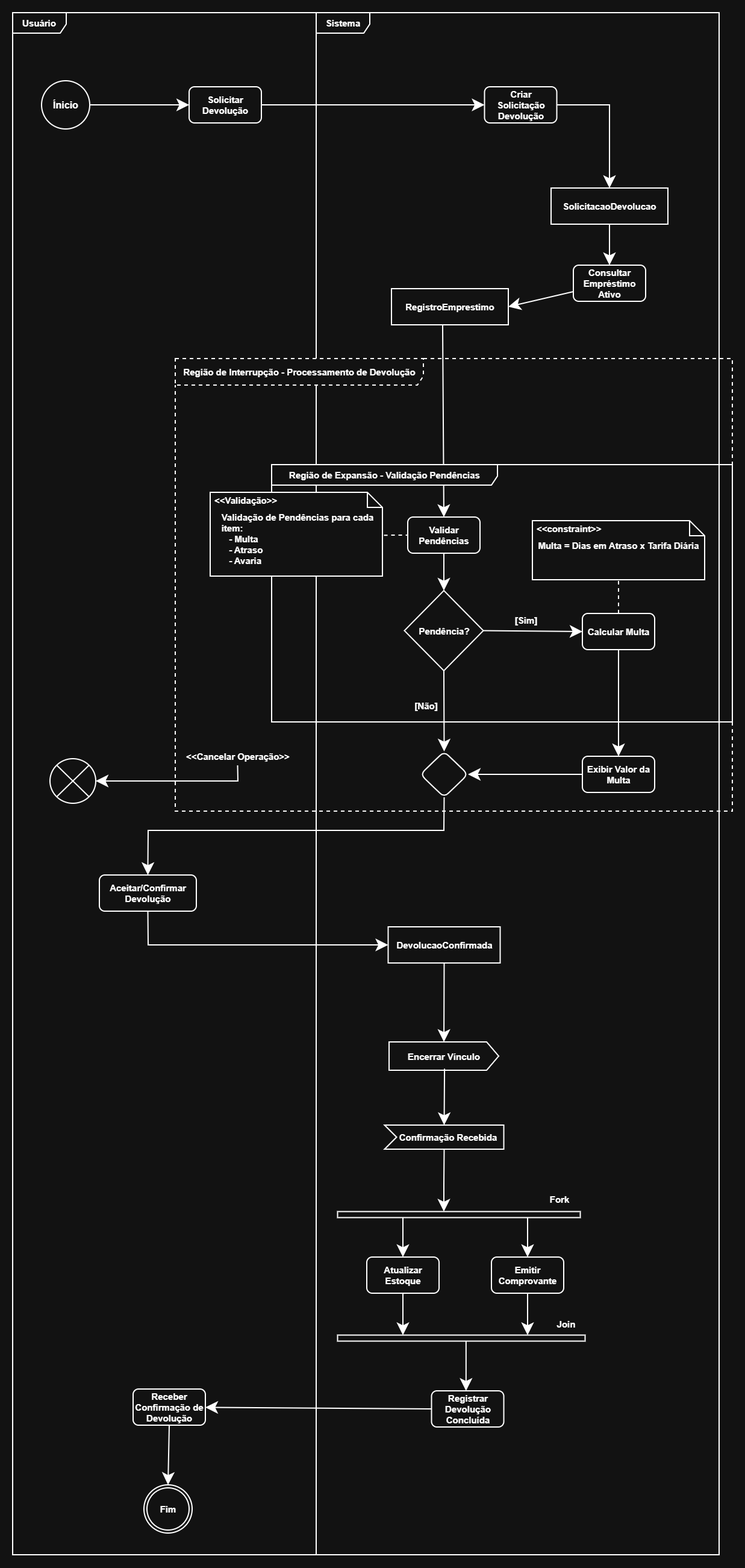
The draw.io diagram imagensWeb/modelagem/model06R.png in AndersonDutra7/Projetos-WEB, before a commit. Source tidied: cells renumbered, new cells last; positions are measured from the earlier drawing's top-left corner, leaving out a move shared by most shapes.
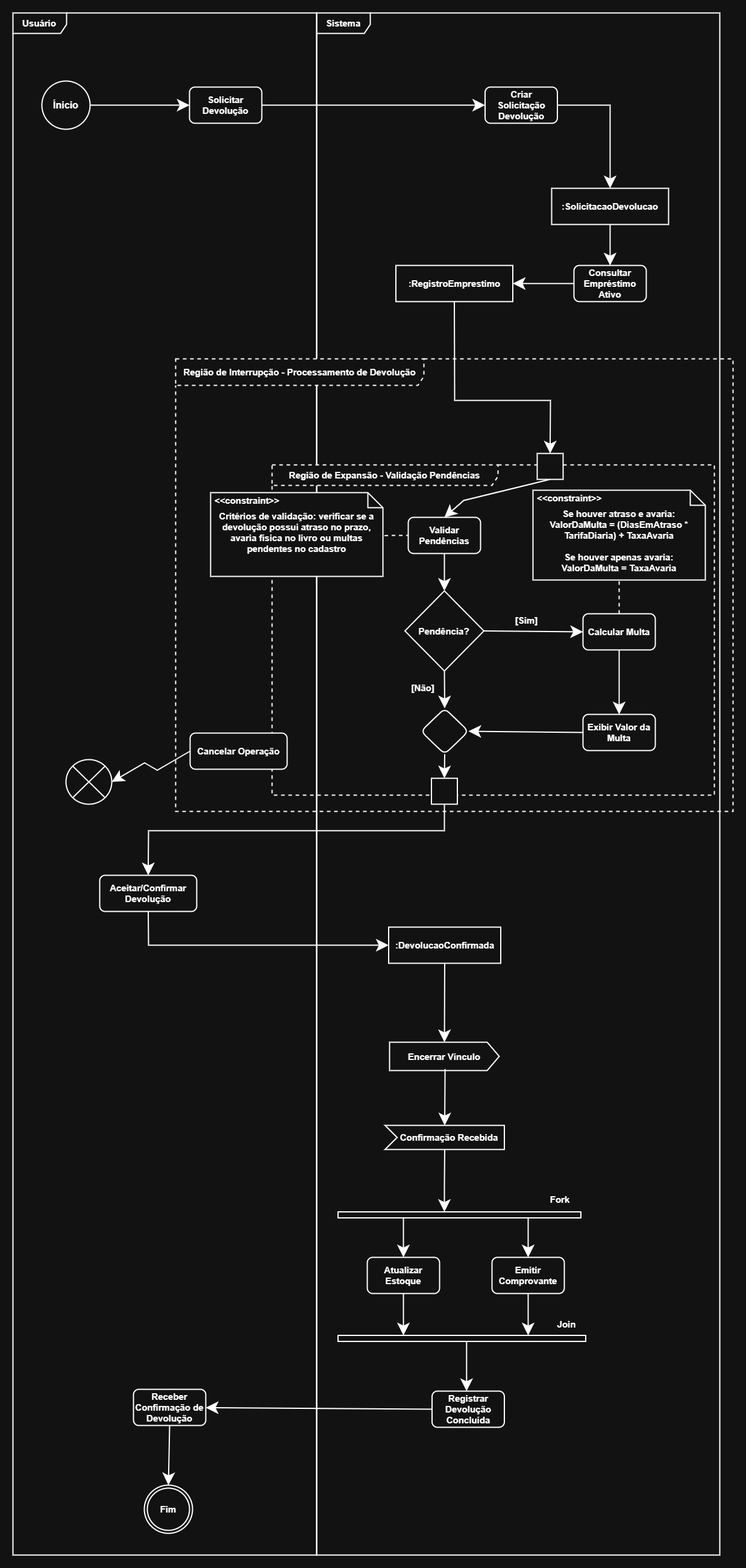
The same file after the commit.

Commit message:
Reeditando Aula 06

Change to the diagram source:
```diff
@@ -5,8 +5,13 @@
     <mxCell id="2" value="&lt;b&gt;Sistema&lt;/b&gt;" style="shape=umlFrame;whiteSpace=wrap;html=1;fontSize=15;strokeWidth=2;width=89;height=34;" parent="1" vertex="1">
       <mxGeometry x="504" width="669" height="2559" as="geometry" />
     </mxCell>
-    <mxCell id="3" style="endArrow=classic;html=1;rounded=0;endSize=15;strokeWidth=2;labelBackgroundColor=none;fontColor=default;entryX=0.5;entryY=0;entryDx=0;entryDy=0;exitX=0.438;exitY=1.004;exitDx=0;exitDy=0;exitPerimeter=0;" parent="1" edge="1" source="56" target="25">
-      <mxGeometry relative="1" as="geometry" />
+    <mxCell id="3" style="endArrow=classic;html=1;rounded=0;endSize=15;strokeWidth=2;labelBackgroundColor=none;fontColor=default;entryX=0.5;entryY=0;entryDx=0;entryDy=0;exitX=0.5;exitY=1;exitDx=0;exitDy=0;" parent="1" edge="1" source="56" target="64">
+      <mxGeometry relative="1" as="geometry">
+        <Array as="points">
+          <mxPoint x="733" y="643" />
+          <mxPoint x="892" y="643" />
+        </Array>
+      </mxGeometry>
     </mxCell>
     <mxCell id="4" value="&lt;b&gt;&lt;font style=&quot;font-size: 16px;&quot;&gt;Ínicio&lt;/font&gt;&lt;/b&gt;" style="ellipse;whiteSpace=wrap;html=1;strokeWidth=2;labelBackgroundColor=none;" parent="1" vertex="1">
       <mxGeometry x="48" y="113" width="80" height="80" as="geometry" />
@@ -69,11 +74,8 @@
     <mxCell id="22" value="&lt;b&gt;&lt;font style=&quot;font-size: 15px;&quot;&gt;Região de Interrupção - Processamento de Devolução&lt;/font&gt;&lt;/b&gt;" style="shape=umlFrame;whiteSpace=wrap;html=1;width=412;strokeWidth=2;height=44;dashed=1;" parent="1" vertex="1">
       <mxGeometry x="270" y="574" width="925" height="751" as="geometry" />
     </mxCell>
-    <mxCell id="23" value="&lt;b&gt;&lt;font style=&quot;font-size: 15px;&quot;&gt;&amp;lt;&amp;lt;Cancelar Operação&amp;gt;&amp;gt;&lt;/font&gt;&lt;/b&gt;" style="text;html=1;whiteSpace=wrap;strokeColor=none;fillColor=none;align=center;verticalAlign=middle;rounded=0;" parent="22" vertex="1">
-      <mxGeometry x="7.5" y="645" width="192" height="30" as="geometry" />
-    </mxCell>
-    <mxCell id="24" value="&lt;b&gt;&lt;font style=&quot;font-size: 15px;&quot;&gt;Região de Expansão - Validação Pendências&lt;/font&gt;&lt;/b&gt;" style="shape=umlFrame;whiteSpace=wrap;html=1;width=375;strokeWidth=2;height=34;" parent="22" vertex="1">
-      <mxGeometry x="160" y="176" width="765" height="427" as="geometry" />
+    <mxCell id="24" value="&lt;b&gt;&lt;font style=&quot;font-size: 15px;&quot;&gt;Região de Expansão - Validação Pendências&lt;/font&gt;&lt;/b&gt;" style="shape=umlFrame;whiteSpace=wrap;html=1;width=375;strokeWidth=2;height=34;dashed=1;" parent="22" vertex="1">
+      <mxGeometry x="160" y="176" width="734" height="548" as="geometry" />
     </mxCell>
     <mxCell id="25" value="&lt;b&gt;&lt;font style=&quot;font-size: 15px;&quot;&gt;Validar Pendências&lt;/font&gt;&lt;/b&gt;" style="rounded=1;whiteSpace=wrap;html=1;strokeWidth=2;labelBackgroundColor=none;" parent="24" vertex="1">
       <mxGeometry x="226" y="87" width="120" height="60" as="geometry" />
@@ -82,7 +84,7 @@
       <mxGeometry x="516" y="247" width="120" height="60" as="geometry" />
     </mxCell>
     <mxCell id="27" value="&lt;b&gt;&lt;font style=&quot;font-size: 15px;&quot;&gt;Exibir Valor da Multa&lt;/font&gt;&lt;/b&gt;" style="rounded=1;whiteSpace=wrap;html=1;strokeWidth=2;labelBackgroundColor=none;" parent="24" vertex="1">
-      <mxGeometry x="516" y="484" width="120" height="60" as="geometry" />
+      <mxGeometry x="516" y="414" width="120" height="60" as="geometry" />
     </mxCell>
     <mxCell id="28" style="endArrow=classic;html=1;rounded=0;endSize=15;strokeWidth=2;labelBackgroundColor=none;fontColor=default;exitX=0.5;exitY=1;exitDx=0;exitDy=0;entryX=0.5;entryY=0;entryDx=0;entryDy=0;" parent="24" edge="1" source="26" target="27">
       <mxGeometry relative="1" as="geometry" />
@@ -99,8 +101,8 @@
     <mxCell id="32" value="&lt;font style=&quot;font-size: 15px;&quot;&gt;&lt;b&gt;[Sim]&lt;/b&gt;&lt;/font&gt;" style="text;html=1;whiteSpace=wrap;strokeColor=none;fillColor=none;align=center;verticalAlign=middle;rounded=0;labelBackgroundColor=none;" parent="24" vertex="1">
       <mxGeometry x="336" y="243" width="172.5" height="30" as="geometry" />
     </mxCell>
-    <mxCell id="33" value="&lt;b&gt;&lt;font style=&quot;font-size: 15px;&quot;&gt;Multa = Dias em Atraso x Tarifa Diária&lt;/font&gt;&lt;/b&gt;" style="shape=note2;boundedLbl=1;whiteSpace=wrap;html=1;size=25;verticalAlign=top;align=center;strokeWidth=2;" parent="24" vertex="1">
-      <mxGeometry x="433" y="93" width="286" height="98" as="geometry" />
+    <mxCell id="33" value="&lt;b&gt;&lt;font style=&quot;font-size: 15px;&quot;&gt;Se houver atraso e avaria:&lt;br/&gt;ValorDaMulta = (DiasEmAtraso * TarifaDiaria) + TaxaAvaria&lt;br/&gt;&lt;br/&gt;Se houver apenas avaria:&lt;br/&gt;ValorDaMulta = TaxaAvaria&lt;/font&gt;&lt;/b&gt;" style="shape=note2;boundedLbl=1;whiteSpace=wrap;html=1;size=25;verticalAlign=top;align=center;strokeWidth=2;" parent="24" vertex="1">
+      <mxGeometry x="433" y="42" width="286" height="149" as="geometry" />
     </mxCell>
     <mxCell id="34" value="&lt;&lt;constraint&gt;&gt;" style="strokeColor=none;fillColor=none;align=left;spacingLeft=5;fontStyle=1;fontSize=15;" parent="33" vertex="1">
       <mxGeometry width="286" height="25" relative="1" as="geometry" />
@@ -109,19 +111,32 @@
       <mxGeometry relative="1" as="geometry" />
     </mxCell>
     <mxCell id="36" value="&lt;font style=&quot;font-size: 15px;&quot;&gt;&lt;b&gt;[Não]&lt;/b&gt;&lt;/font&gt;" style="text;html=1;whiteSpace=wrap;strokeColor=none;fillColor=none;align=center;verticalAlign=middle;rounded=0;labelBackgroundColor=none;" parent="24" vertex="1">
-      <mxGeometry x="170" y="385" width="172.5" height="30" as="geometry" />
+      <mxGeometry x="163.5" y="355" width="172.5" height="30" as="geometry" />
     </mxCell>
+    <mxCell id="64" style="whiteSpace=wrap;html=1;strokeWidth=2;" parent="24" vertex="1">
+      <mxGeometry x="440" y="-19" width="43" height="43" as="geometry" />
+    </mxCell>
+    <mxCell id="65" style="endArrow=classic;html=1;rounded=0;endSize=15;strokeWidth=2;labelBackgroundColor=none;fontColor=default;exitX=0.5;exitY=1;exitDx=0;exitDy=0;entryX=0.5;entryY=0;entryDx=0;entryDy=0;" parent="24" edge="1" source="64" target="25">
+      <mxGeometry relative="1" as="geometry">
+        <Array as="points">
+          <mxPoint x="318" y="59" />
+        </Array>
+      </mxGeometry>
+    </mxCell>
+    <mxCell id="66" style="whiteSpace=wrap;html=1;strokeWidth=2;" parent="24" vertex="1">
+      <mxGeometry x="264.5" y="520" width="43" height="43" as="geometry" />
+    </mxCell>
-    <mxCell id="37" value="&lt;b style=&quot;&quot;&gt;&lt;font style=&quot;font-size: 15px;&quot;&gt;&amp;nbsp; &amp;nbsp; Validação de Pendências para cada&amp;nbsp; &amp;nbsp; &amp;nbsp; &amp;nbsp; item:&lt;/font&gt;&lt;/b&gt;&lt;div style=&quot;&quot;&gt;&lt;b&gt;&lt;font style=&quot;font-size: 15px;&quot;&gt;&amp;nbsp; &amp;nbsp; &amp;nbsp; &amp;nbsp;- Multa&lt;/font&gt;&lt;/b&gt;&lt;/div&gt;&lt;div style=&quot;&quot;&gt;&lt;b&gt;&lt;font style=&quot;font-size: 15px;&quot;&gt;&amp;nbsp; &amp;nbsp; &amp;nbsp; &amp;nbsp;- Atraso&lt;/font&gt;&lt;/b&gt;&lt;/div&gt;&lt;div style=&quot;&quot;&gt;&lt;b&gt;&lt;font style=&quot;font-size: 15px;&quot;&gt;&amp;nbsp; &amp;nbsp; &amp;nbsp; &amp;nbsp;- Avaria&lt;/font&gt;&lt;/b&gt;&lt;/div&gt;" style="shape=note2;boundedLbl=1;whiteSpace=wrap;html=1;size=25;verticalAlign=top;align=left;strokeWidth=2;" parent="22" vertex="1">
+    <mxCell id="37" value="&lt;b&gt;&lt;font style=&quot;font-size: 15px;&quot;&gt;Critérios de validação: verificar se a devolução possui atraso no prazo, avaria física no livro ou multas pendentes no cadastro&lt;/font&gt;&lt;/b&gt;" style="shape=note2;boundedLbl=1;whiteSpace=wrap;html=1;size=25;verticalAlign=top;align=center;strokeWidth=2;" parent="22" vertex="1">
       <mxGeometry x="58" y="222" width="286" height="139" as="geometry" />
     </mxCell>
-    <mxCell id="38" value="&lt;&lt;Validação&gt;&gt;" style="strokeColor=none;fillColor=none;align=left;spacingLeft=5;fontStyle=1;fontSize=15;" parent="37" vertex="1">
+    <mxCell id="38" value="&lt;&lt;constraint&gt;&gt;" style="strokeColor=none;fillColor=none;align=left;spacingLeft=5;fontStyle=1;fontSize=15;" parent="37" vertex="1">
       <mxGeometry width="286" height="25" relative="1" as="geometry" />
     </mxCell>
     <mxCell id="39" style="endArrow=none;html=1;rounded=0;endSize=15;strokeWidth=2;labelBackgroundColor=none;fontColor=default;exitX=1.009;exitY=0.512;exitDx=0;exitDy=0;entryX=0;entryY=0.5;entryDx=0;entryDy=0;exitPerimeter=0;dashed=1;endFill=0;" parent="22" edge="1" source="37" target="25">
       <mxGeometry relative="1" as="geometry" />
     </mxCell>
     <mxCell id="40" style="rhombus;whiteSpace=wrap;html=1;strokeWidth=2;labelBackgroundColor=none;rounded=1;" parent="22" vertex="1">
-      <mxGeometry x="407" y="652" width="79" height="76" as="geometry" />
+      <mxGeometry x="407" y="580" width="79" height="76" as="geometry" />
     </mxCell>
     <mxCell id="41" style="endArrow=classic;html=1;rounded=0;endSize=15;strokeWidth=2;labelBackgroundColor=none;fontColor=default;exitX=0.5;exitY=1;exitDx=0;exitDy=0;entryX=0.5;entryY=0;entryDx=0;entryDy=0;" parent="22" edge="1" source="29" target="40">
       <mxGeometry relative="1" as="geometry" />
@@ -129,6 +144,12 @@
     <mxCell id="42" style="endArrow=classic;html=1;rounded=0;endSize=15;strokeWidth=2;labelBackgroundColor=none;fontColor=default;exitX=0;exitY=0.5;exitDx=0;exitDy=0;entryX=1;entryY=0.5;entryDx=0;entryDy=0;" parent="22" edge="1" source="27" target="40">
       <mxGeometry relative="1" as="geometry" />
     </mxCell>
+    <mxCell id="67" style="endArrow=classic;html=1;rounded=0;endSize=15;strokeWidth=2;labelBackgroundColor=none;fontColor=default;exitX=0.5;exitY=1;exitDx=0;exitDy=0;entryX=0.5;entryY=0;entryDx=0;entryDy=0;" parent="22" edge="1" source="40" target="66">
+      <mxGeometry relative="1" as="geometry" />
+    </mxCell>
+    <mxCell id="68" value="&lt;b&gt;&lt;font style=&quot;font-size: 15px;&quot;&gt;Cancelar Operação&lt;/font&gt;&lt;/b&gt;" style="rounded=1;whiteSpace=wrap;html=1;strokeWidth=2;labelBackgroundColor=none;" parent="22" vertex="1">
+      <mxGeometry x="24" y="621" width="161" height="60" as="geometry" />
+    </mxCell>
     <mxCell id="43" style="endArrow=classic;html=1;rounded=0;endSize=15;strokeWidth=2;labelBackgroundColor=none;fontColor=default;exitX=1;exitY=0.5;exitDx=0;exitDy=0;entryX=0.5;entryY=0;entryDx=0;entryDy=0;" parent="1" edge="1" source="21" target="48">
       <mxGeometry relative="1" as="geometry">
         <Array as="points">
@@ -136,14 +157,7 @@
         </Array>
       </mxGeometry>
     </mxCell>
-    <mxCell id="44" style="endArrow=classic;html=1;rounded=0;endSize=15;strokeWidth=2;labelBackgroundColor=none;fontColor=default;exitX=0.5;exitY=1;exitDx=0;exitDy=0;entryX=1;entryY=0.5;entryDx=0;entryDy=0;" parent="1" edge="1" source="23" target="50">
-      <mxGeometry relative="1" as="geometry">
-        <Array as="points">
-          <mxPoint x="374" y="1275" />
-        </Array>
-      </mxGeometry>
-    </mxCell>
-    <mxCell id="45" value="&lt;b&gt;&lt;font style=&quot;font-size: 15px;&quot;&gt;DevolucaoConfirmada&lt;/font&gt;&lt;/b&gt;" style="rounded=0;whiteSpace=wrap;html=1;strokeWidth=2;labelBackgroundColor=none;" parent="1" vertex="1">
+    <mxCell id="45" value="&lt;b&gt;&lt;font style=&quot;font-size: 15px;&quot;&gt;:DevolucaoConfirmada&lt;/font&gt;&lt;/b&gt;" style="rounded=0;whiteSpace=wrap;html=1;strokeWidth=2;labelBackgroundColor=none;" parent="1" vertex="1">
       <mxGeometry x="623.5" y="1517" width="186" height="60" as="geometry" />
     </mxCell>
     <mxCell id="46" value="&lt;b&gt;&lt;font style=&quot;font-size: 15px;&quot;&gt;Encerrar Vínculo&lt;/font&gt;&lt;/b&gt;" style="html=1;shape=mxgraph.infographic.ribbonSimple;notch1=0;notch2=20;align=center;verticalAlign=middle;fontSize=14;fontStyle=0;fillColor=#FFFFFF;whiteSpace=wrap;strokeWidth=2;" parent="1" vertex="1">
@@ -152,7 +166,7 @@
     <mxCell id="47" value="&lt;b&gt;&lt;font style=&quot;font-size: 15px;&quot;&gt;Confirmação Recebida&lt;/font&gt;&lt;/b&gt;" style="html=1;shape=mxgraph.infographic.ribbonSimple;notch1=20;notch2=0;align=center;verticalAlign=middle;fontSize=14;fontStyle=0;fillColor=#FFFFFF;flipH=0;spacingRight=0;spacingLeft=14;whiteSpace=wrap;strokeWidth=2;" parent="1" vertex="1">
       <mxGeometry x="617.5" y="1846" width="198" height="40" as="geometry" />
     </mxCell>
-    <mxCell id="48" value="&lt;b&gt;&lt;font style=&quot;font-size: 15px;&quot;&gt;SolicitacaoDevolucao&lt;/font&gt;&lt;/b&gt;" style="rounded=0;whiteSpace=wrap;html=1;strokeWidth=2;labelBackgroundColor=none;" parent="1" vertex="1">
+    <mxCell id="48" value="&lt;b&gt;&lt;font style=&quot;font-size: 15px;&quot;&gt;:SolicitacaoDevolucao&lt;/font&gt;&lt;/b&gt;" style="rounded=0;whiteSpace=wrap;html=1;strokeWidth=2;labelBackgroundColor=none;" parent="1" vertex="1">
       <mxGeometry x="894" y="291" width="194" height="60" as="geometry" />
     </mxCell>
     <mxCell id="49" style="endArrow=classic;html=1;rounded=0;endSize=15;strokeWidth=2;labelBackgroundColor=none;fontColor=default;exitX=0.5;exitY=1;exitDx=0;exitDy=0;entryX=0.5;entryY=0;entryDx=0;entryDy=0;" parent="1" edge="1" source="48" target="54">
@@ -163,7 +177,7 @@
       </mxGeometry>
     </mxCell>
     <mxCell id="50" style="shape=sumEllipse;perimeter=ellipsePerimeter;html=1;backgroundOutline=1;strokeWidth=2;" parent="1" vertex="1">
-      <mxGeometry x="62" y="1238" width="76" height="74" as="geometry" />
+      <mxGeometry x="88" y="1239" width="76" height="74" as="geometry" />
     </mxCell>
     <mxCell id="51" style="endArrow=classic;html=1;rounded=0;endSize=15;strokeWidth=2;labelBackgroundColor=none;fontColor=default;exitX=0.5;exitY=1;exitDx=0;exitDy=0;" parent="1" edge="1" source="45" target="46">
       <mxGeometry relative="1" as="geometry" />
@@ -180,10 +194,10 @@
     <mxCell id="55" style="endArrow=classic;html=1;rounded=0;endSize=15;strokeWidth=2;labelBackgroundColor=none;fontColor=default;entryX=1;entryY=0.5;entryDx=0;entryDy=0;" parent="1" edge="1" source="54" target="56">
       <mxGeometry relative="1" as="geometry" />
     </mxCell>
-    <mxCell id="56" value="&lt;b&gt;&lt;font style=&quot;font-size: 15px;&quot;&gt;RegistroEmprestimo&lt;/font&gt;&lt;/b&gt;" style="rounded=0;whiteSpace=wrap;html=1;strokeWidth=2;labelBackgroundColor=none;" parent="1" vertex="1">
-      <mxGeometry x="629" y="458" width="194" height="60" as="geometry" />
+    <mxCell id="56" value="&lt;b&gt;&lt;font style=&quot;font-size: 15px;&quot;&gt;:RegistroEmprestimo&lt;/font&gt;&lt;/b&gt;" style="rounded=0;whiteSpace=wrap;html=1;strokeWidth=2;labelBackgroundColor=none;" parent="1" vertex="1">
+      <mxGeometry x="635.5" y="419" width="194" height="60" as="geometry" />
     </mxCell>
-    <mxCell id="57" style="endArrow=classic;html=1;rounded=0;endSize=15;strokeWidth=2;labelBackgroundColor=none;fontColor=default;exitX=0.5;exitY=1;exitDx=0;exitDy=0;entryX=0.5;entryY=0;entryDx=0;entryDy=0;" parent="1" edge="1" source="40" target="8">
+    <mxCell id="57" style="endArrow=classic;html=1;rounded=0;endSize=15;strokeWidth=2;labelBackgroundColor=none;fontColor=default;exitX=0.5;exitY=1;exitDx=0;exitDy=0;entryX=0.5;entryY=0;entryDx=0;entryDy=0;" parent="1" edge="1" source="66" target="8">
       <mxGeometry relative="1" as="geometry">
         <Array as="points">
           <mxPoint x="716" y="1357" />
@@ -213,5 +227,8 @@
     <mxCell id="63" style="endArrow=classic;html=1;rounded=0;endSize=15;strokeWidth=2;labelBackgroundColor=none;fontColor=default;exitX=0.5;exitY=1;exitDx=0;exitDy=0;entryX=0.5;entryY=0;entryDx=0;entryDy=0;" parent="1" edge="1" source="62" target="19">
       <mxGeometry relative="1" as="geometry" />
     </mxCell>
+    <mxCell id="69" style="edgeStyle=isometricEdgeStyle;endArrow=none;html=1;rounded=0;startArrow=classic;startFill=1;startSize=15;endSize=7;strokeWidth=2;exitX=1;exitY=0.5;exitDx=0;exitDy=0;entryX=0;entryY=0.5;entryDx=0;entryDy=0;" parent="1" edge="1" source="50" target="68">
+      <mxGeometry relative="1" as="geometry" />
+    </mxCell>
   </root>
 </mxGraphModel>
```
